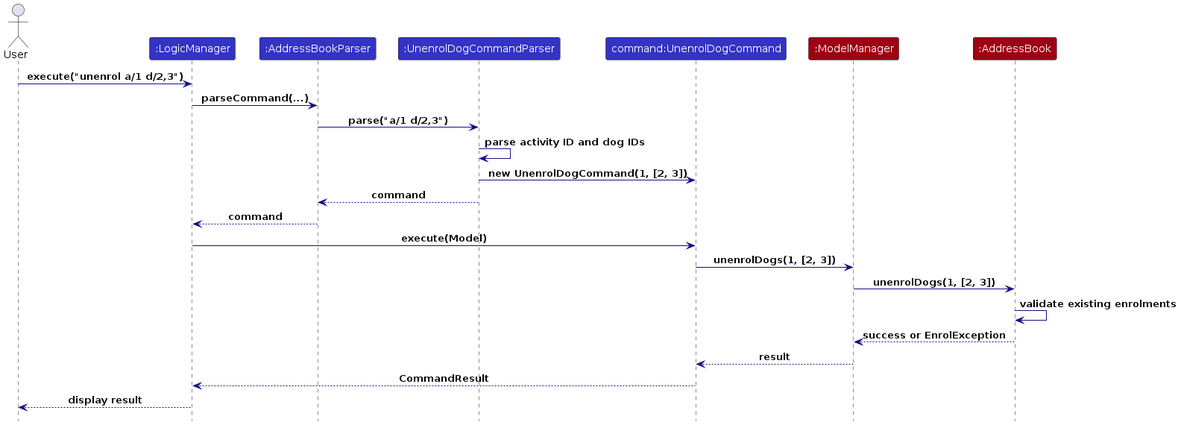
The PlantUML diagram diagrams/UnenrolDogSequenceDiagram.png in AY2627S1-CS2103T-T15-4/tp, before a commit. Its source is kept beside it as diagrams/UnenrolDogSequenceDiagram.puml.
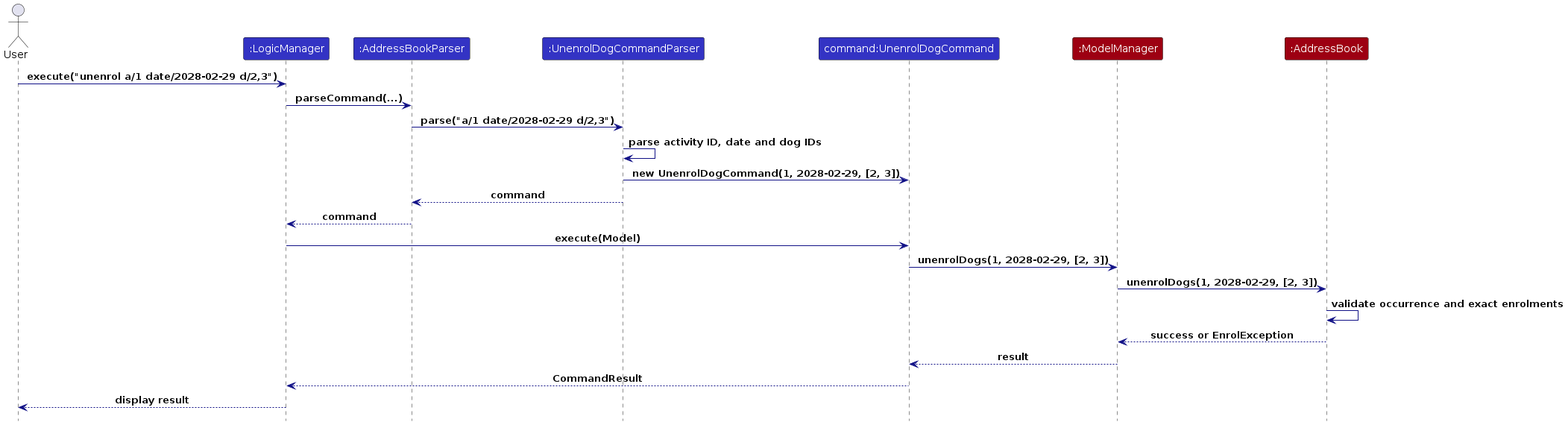
Above is the later version.

The edit, as a diff of the source:
```diff
@@ -10,17 +10,17 @@
 participant ":ModelManager" as Model MODEL_COLOR
 participant ":AddressBook" as Book MODEL_COLOR
 
-User -> Logic : execute("unenrol a/1 d/2,3")
+User -> Logic : execute("unenrol a/1 date/2028-02-29 d/2,3")
 Logic -> Router : parseCommand(...)
-Router -> Parser : parse("a/1 d/2,3")
-Parser -> Parser : parse activity ID and dog IDs
-Parser -> Command : new UnenrolDogCommand(1, [2, 3])
+Router -> Parser : parse("a/1 date/2028-02-29 d/2,3")
+Parser -> Parser : parse activity ID, date and dog IDs
+Parser -> Command : new UnenrolDogCommand(1, 2028-02-29, [2, 3])
 Parser --> Router : command
 Router --> Logic : command
 Logic -> Command : execute(Model)
-Command -> Model : unenrolDogs(1, [2, 3])
-Model -> Book : unenrolDogs(1, [2, 3])
-Book -> Book : validate existing enrolments
+Command -> Model : unenrolDogs(1, 2028-02-29, [2, 3])
+Model -> Book : unenrolDogs(1, 2028-02-29, [2, 3])
+Book -> Book : validate occurrence and exact enrolments
 Book --> Model : success or EnrolException
 Model --> Command : result
 Command --> Logic : CommandResult
```
